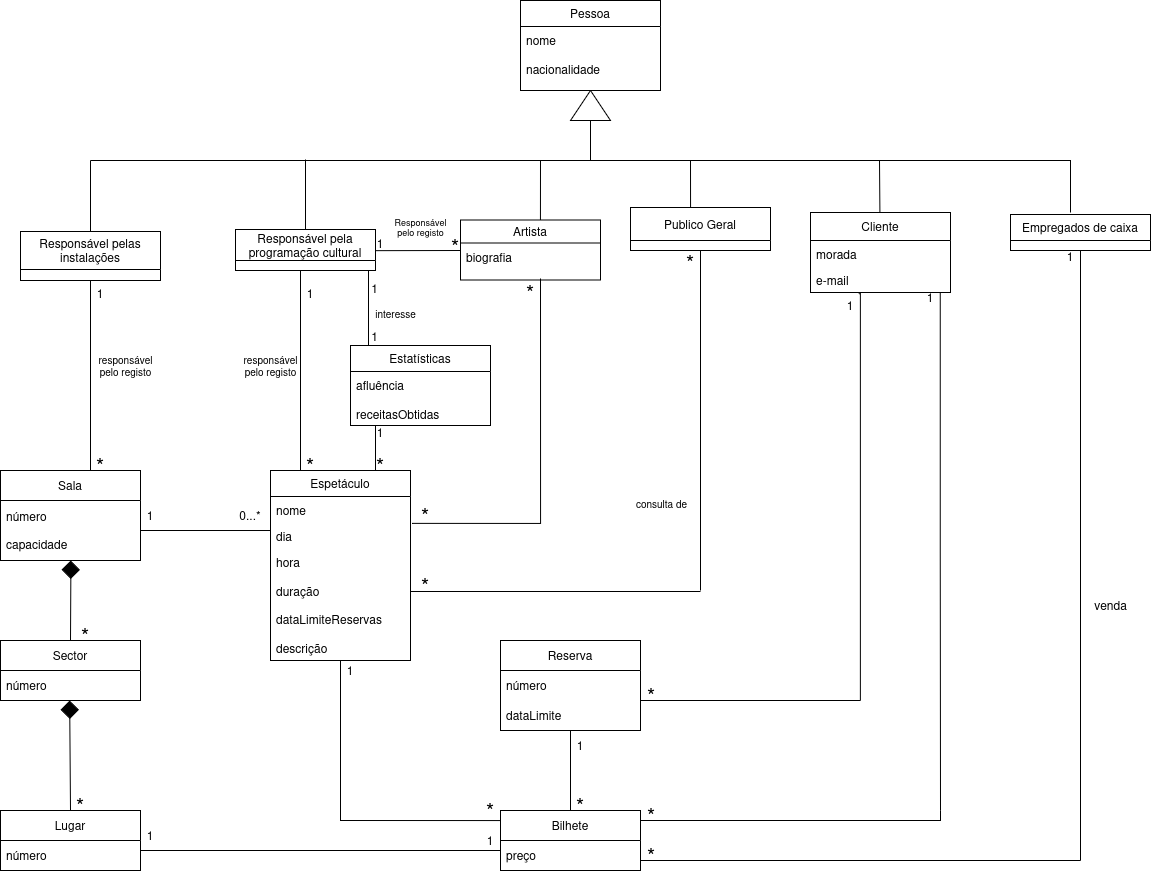
Earlier version of the draw.io export UML_Classes.drawio.png (leorsd/ESOF_UML). Source tidied: cells renumbered, new cells last; positions are measured from the earlier drawing's top-left corner, leaving out a move shared by most shapes.
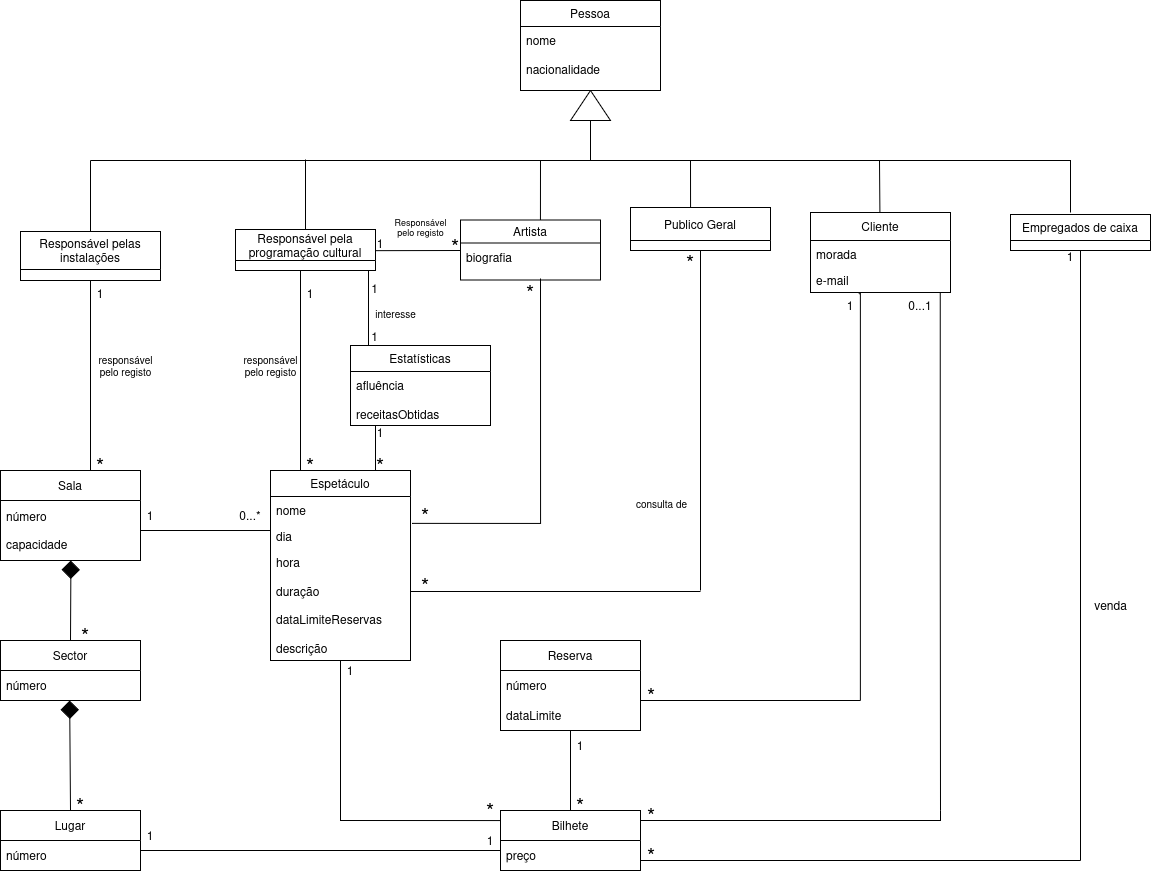
After the change.

Change to the diagram source:
```diff
@@ -242,8 +242,8 @@
         <mxPoint x="700" y="591" as="targetPoint" />
       </mxGeometry>
     </mxCell>
-    <mxCell id="61" value="1" style="text;html=1;align=center;verticalAlign=middle;whiteSpace=wrap;rounded=0;" parent="1" vertex="1">
-      <mxGeometry x="900" y="282" width="60" height="30" as="geometry" />
+    <mxCell id="61" value="0...1" style="text;html=1;align=center;verticalAlign=middle;whiteSpace=wrap;rounded=0;" parent="1" vertex="1">
+      <mxGeometry x="890" y="290" width="60" height="30" as="geometry" />
     </mxCell>
     <mxCell id="62" value="&lt;font&gt;*&lt;/font&gt;" style="text;html=1;align=center;verticalAlign=middle;whiteSpace=wrap;rounded=0;fontSize=21;" parent="1" vertex="1">
       <mxGeometry x="621" y="800" width="60" height="30" as="geometry" />
```
